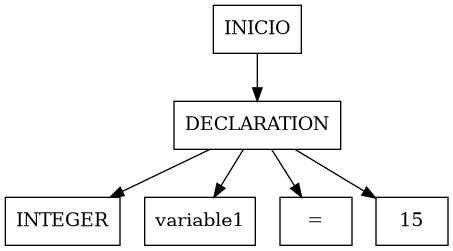
Above: reports/ast.png in DiegVas/OLC2_2S_2025_202300638 (Graphviz), before the change. Its source is kept beside it as reports/ast.dot.
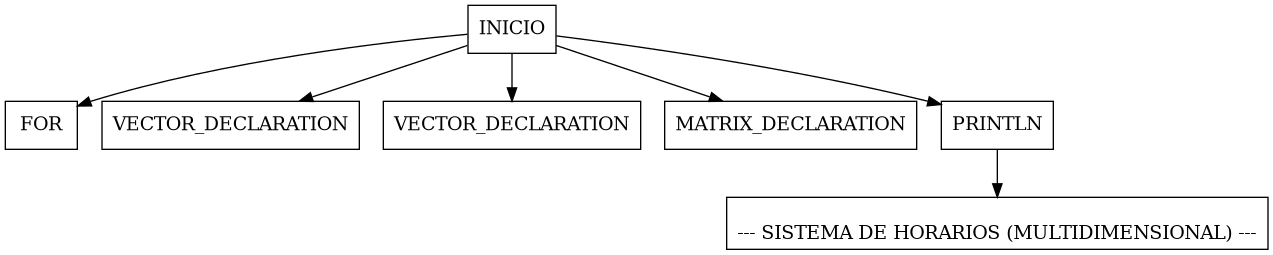
After the change.

Commit message:
feat: leght of matrix

What changed in the source:
```diff
@@ -1,14 +1,16 @@
 digraph AST {
 node [shape=box];
 node0 [label="INICIO"];
-node1 [label="DECLARATION"];
-node5 [label="INTEGER"];
-node4 [label="variable1"];
-node3 [label="="];
-node2 [label="15"];
+node9 [label="FOR"];
+node8 [label="VECTOR_DECLARATION"];
+node6 [label="VECTOR_DECLARATION"];
+node4 [label="MATRIX_DECLARATION"];
+node1 [label="PRINTLN"];
+node2 [label="\n--- SISTEMA DE HORARIOS (MULTIDIMENSIONAL) ---"];
+node0 -> node9;
+node0 -> node8;
+node0 -> node6;
+node0 -> node4;
 node0 -> node1;
-node1 -> node5;
-node1 -> node4;
-node1 -> node3;
 node1 -> node2;
 }
```
